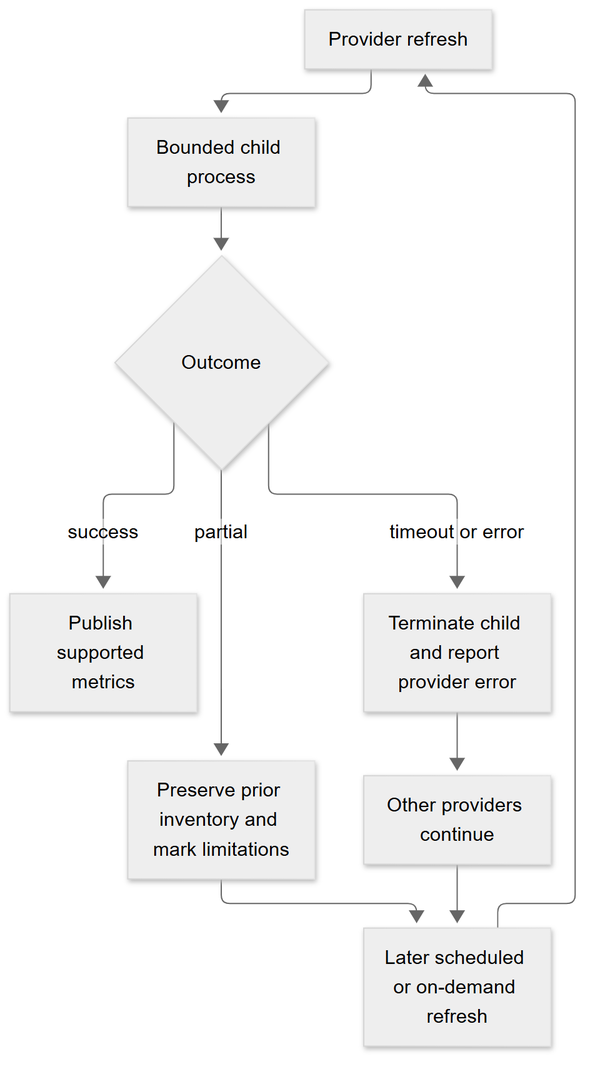
smuniharish/resourcera keeps this Mermaid diagram as docs/assets/diagrams/provider-failure-recovery.png. Above is the earlier version. Its source is kept beside it as diagrams/provider-failure-recovery.mmd. Its diagram source:
```mermaid
flowchart TD
    refresh["Provider refresh"] --> execute["Bounded child process"]
    execute --> outcome{"Outcome"}
    outcome -- success --> publish["Publish supported metrics"]
    outcome -- partial --> preserve["Preserve prior inventory and mark limitations"]
    outcome -- timeout or error --> terminate["Terminate child and report provider error"]
    terminate --> independent["Other providers continue"]
    preserve --> retry["Later scheduled or on-demand refresh"]
    independent --> retry
    retry --> refresh
```
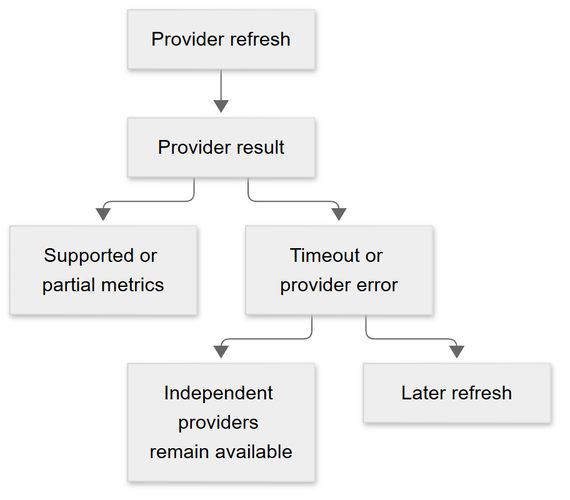
Above is the later version.

Change to the diagram source:
```diff
@@ -1,10 +1,6 @@
 flowchart TD
-    refresh["Provider refresh"] --> execute["Bounded child process"]
-    execute --> outcome{"Outcome"}
-    outcome -- success --> publish["Publish supported metrics"]
-    outcome -- partial --> preserve["Preserve prior inventory and mark limitations"]
-    outcome -- timeout or error --> terminate["Terminate child and report provider error"]
-    terminate --> independent["Other providers continue"]
-    preserve --> retry["Later scheduled or on-demand refresh"]
-    independent --> retry
-    retry --> refresh
+    refresh["Provider refresh"] --> result["Provider result"]
+    result --> metrics["Supported or partial metrics"]
+    result --> error["Timeout or provider error"]
+    error --> independent["Independent providers remain available"]
+    error --> retry["Later refresh"]
```
